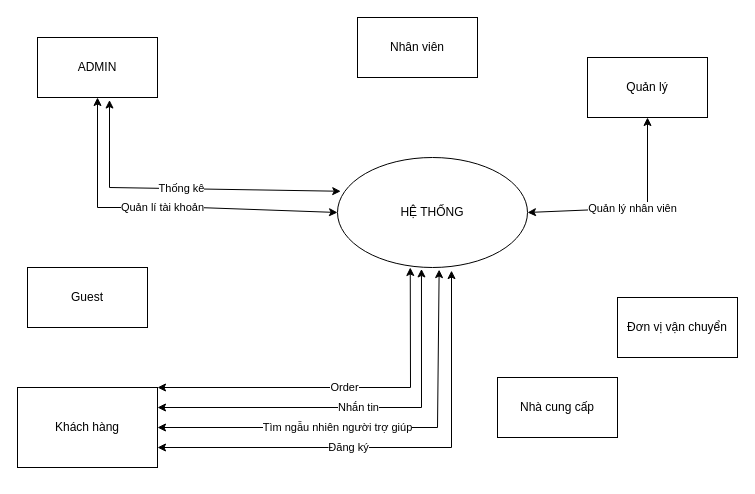
Above: HETHONGBANTRASUA_CONTEXT.drawio in NgoAnhThanThien/thanthien123 (draw.io), before the change. Source tidied: cells renumbered, new cells numbered last; positions are measured from the earlier drawing's top-left corner, leaving out a move shared by most shapes. Both pictures are drawn from the tidied source at 100%, with x=0, y=0 at pixel (17, 17).
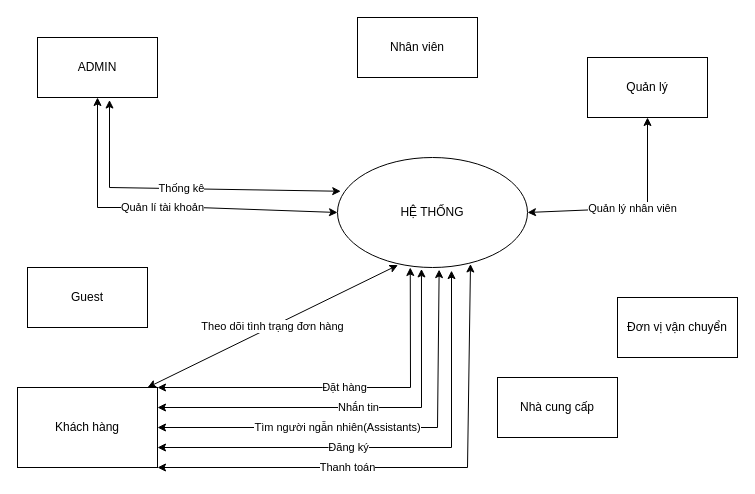
Above is the later version.

Unchanged cells that the change refers to:
```xml
<mxCell id="2" value="HỆ THỐNG" style="ellipse;whiteSpace=wrap;html=1;" parent="1" vertex="1">
  <mxGeometry x="320" y="140" width="190" height="110" as="geometry" />
</mxCell>
<mxCell id="3" value="Khách hàng" style="rounded=0;whiteSpace=wrap;html=1;" parent="1" vertex="1">
  <mxGeometry y="370" width="140" height="80" as="geometry" />
</mxCell>
```

Change to the diagram source:
```diff
@@
-    <mxCell id="9" value="Order" style="endArrow=classic;startArrow=classic;html=1;rounded=0;exitX=1;exitY=0;exitDx=0;exitDy=0;entryX=0.383;entryY=1;entryDx=0;entryDy=0;entryPerimeter=0;" parent="1" edge="1" source="3" target="2">
+    <mxCell id="9" value="Đặt hàng" style="endArrow=classic;startArrow=classic;html=1;rounded=0;exitX=1;exitY=0;exitDx=0;exitDy=0;entryX=0.383;entryY=1;entryDx=0;entryDy=0;entryPerimeter=0;" parent="1" edge="1" source="3" target="2">
       <mxGeometry relative="1" as="geometry">
         <Array as="points">
           <mxPoint x="393" y="370" />
         </Array>
       </mxGeometry>
     </mxCell>
@@
-    <mxCell id="11" value="Tìm ngẫu nhiên người trợ giúp" style="endArrow=classic;startArrow=classic;html=1;rounded=0;entryX=0.535;entryY=1.019;entryDx=0;entryDy=0;exitX=1;exitY=0.5;exitDx=0;exitDy=0;entryPerimeter=0;" parent="1" edge="1" source="3" target="2">
+    <mxCell id="11" value="Tìm người ngẫn nhiên(Assistants)" style="endArrow=classic;startArrow=classic;html=1;rounded=0;entryX=0.535;entryY=1.019;entryDx=0;entryDy=0;exitX=1;exitY=0.5;exitDx=0;exitDy=0;entryPerimeter=0;" parent="1" edge="1" source="3" target="2">
       <mxGeometry x="-0.18" relative="1" as="geometry">
         <Array as="points">
           <mxPoint x="420" y="410" />
         </Array>
       </mxGeometry>
     </mxCell>
@@
+    <mxCell id="17" value="Thanh toán" style="endArrow=classic;startArrow=classic;html=1;rounded=0;exitX=1;exitY=1;exitDx=0;exitDy=0;entryX=0.7;entryY=0.968;entryDx=0;entryDy=0;entryPerimeter=0;" parent="1" edge="1" source="3" target="2">
+      <mxGeometry x="-0.26" relative="1" as="geometry">
+        <Array as="points">
+          <mxPoint x="450" y="450" />
+        </Array>
+      </mxGeometry>
+    </mxCell>
+    <mxCell id="18" value="Theo dõi tình trạng đơn hàng" style="endArrow=classic;startArrow=classic;html=1;rounded=0;exitX=0.929;exitY=0;exitDx=0;exitDy=0;exitPerimeter=0;entryX=0.318;entryY=0.978;entryDx=0;entryDy=0;entryPerimeter=0;" parent="1" edge="1" source="3" target="2">
+      <mxGeometry relative="1" as="geometry" />
+    </mxCell>
```
